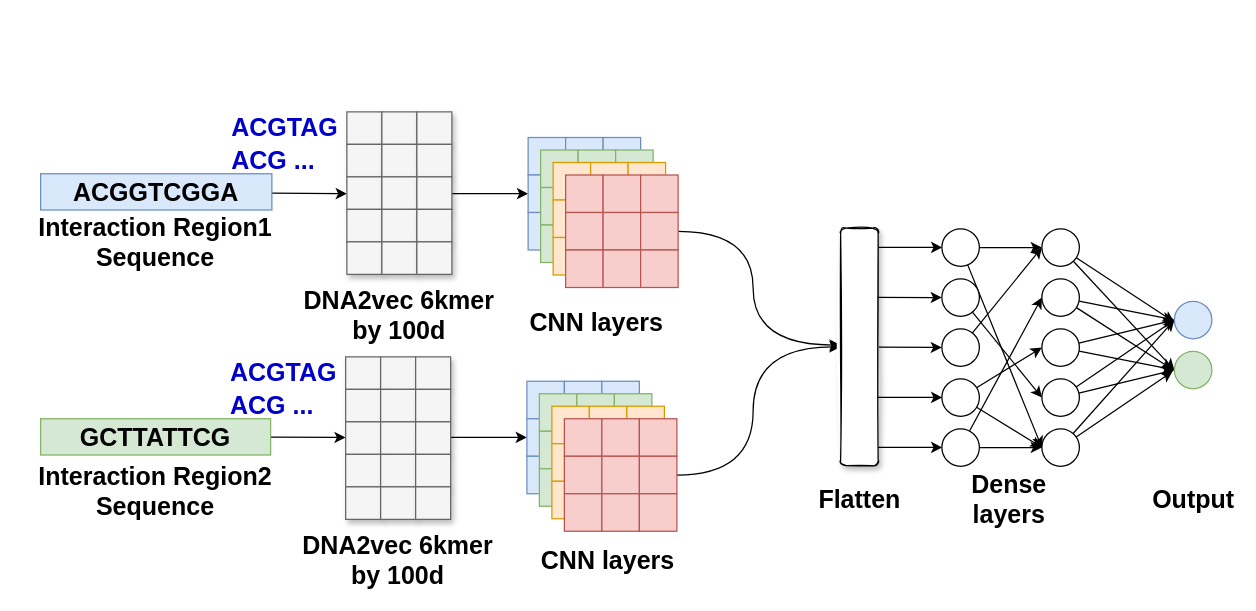
Before: embedding_cnn_two_branch.drawio in NaiveTom/draw.io, a draw.io diagram. Source tidied: cells renumbered, new cells numbered last; positions are measured from the earlier drawing's top-left corner, leaving out a move shared by most shapes. Both pictures are drawn from the tidied source at 125%, with x=0, y=0 at pixel (21, 104).
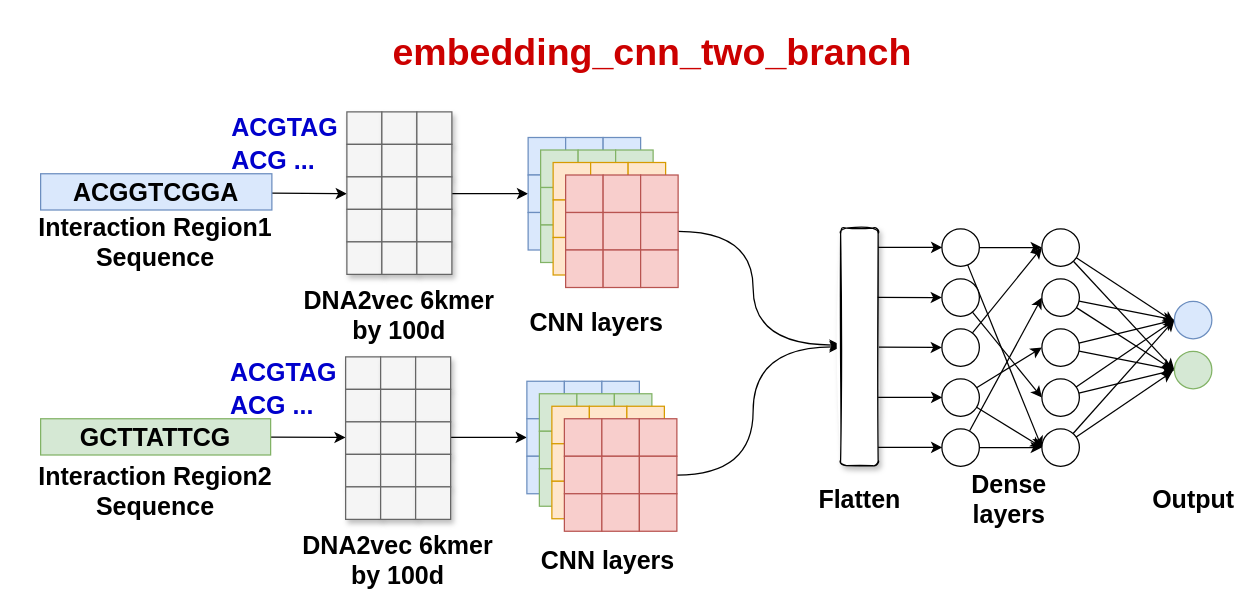
The same diagram, later.

What changed in the source:
```diff
@@
+    <mxCell id="161" value="embedding_cnn_two_branch" style="text;whiteSpace=wrap;html=1;fontSize=30;fontStyle=1;fontColor=#CC0000;" parent="1" vertex="1">
+      <mxGeometry x="295" y="-66" width="310" height="40" as="geometry" />
+    </mxCell>
```
